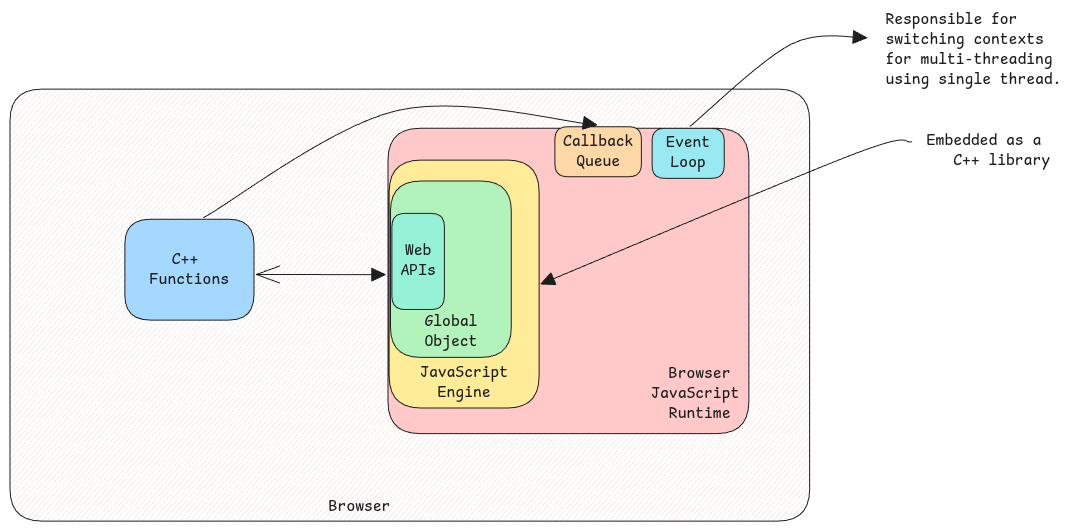
Above: static/img/javascript-runtime.excalidraw.png in swaroopar/inprogress-engineer (Excalidraw), before the change. Source tidied: one line per element, renumbered; positions are measured from the earlier drawing's top-left corner, leaving out a move shared by most shapes.
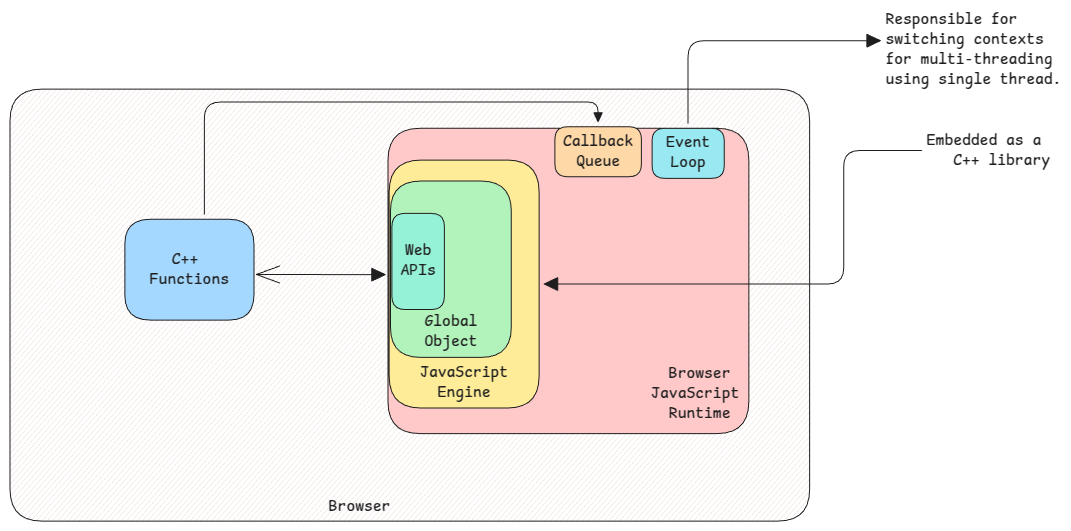
After the change.

Diff of the diagram source:
```diff
@@ -2,7 +2,7 @@
 {"id": 1, "type": "text", "text": "Browser", "strokeColor": "#1e1e1e", "strokeWidth": 1, "roughness": 0, "fontSize": 16, "fontFamily": 8, "x": 319, "y": 487, "width": 62, "height": 20}
 {"id": 2, "type": "rectangle", "strokeColor": "#1e1e1e", "backgroundColor": "#ffc9c9", "fillStyle": "solid", "strokeWidth": 1, "roughness": 0, "round": true, "x": 378, "y": 118, "width": 361, "height": 305}
 {"id": 3, "type": "text", "text": "Embedded as a\n   C++ library", "strokeColor": "#1e1e1e", "backgroundColor": "#ffc9c9", "fillStyle": "solid", "strokeWidth": 1, "roughness": 0, "fontSize": 16, "fontFamily": 8, "x": 917, "y": 121, "width": 123, "height": 40}
-{"id": 4, "type": "arrow", "strokeColor": "#1e1e1e", "backgroundColor": "#ffc9c9", "fillStyle": "solid", "strokeWidth": 1, "roughness": 0, "endArrowhead": "triangle", "round": true, "from": 3, "to": 5, "x": 902, "y": 132, "width": 371, "height": 142, "points": [[0, 0], [-59, 13], [-371, 142]]}
+{"id": 4, "type": "arrow", "strokeColor": "#1e1e1e", "backgroundColor": "#ffc9c9", "fillStyle": "solid", "strokeWidth": 1, "roughness": 0, "endArrowhead": "triangle", "from": 3, "to": 5, "x": 912, "y": 140, "width": 378, "height": 134, "points": [[0, 0], [-78, 0], [-78, 134], [-378, 134]]}
 {"id": 5, "type": "rectangle", "strokeColor": "#1e1e1e", "backgroundColor": "#ffec99", "fillStyle": "solid", "strokeWidth": 1, "roughness": 0, "round": true, "x": 379, "y": 150, "width": 150, "height": 248}
 {"id": 6, "type": "text", "text": "JavaScript\nEngine", "strokeColor": "#1e1e1e", "backgroundColor": "#a5d8ff", "fillStyle": "solid", "strokeWidth": 2, "roughness": 1, "fontSize": 16, "fontFamily": 8, "textAlign": "center", "verticalAlign": "bottom", "inside": 5, "x": 410, "y": 353, "width": 88, "height": 40}
 {"id": 7, "type": "rectangle", "strokeColor": "#1e1e1e", "backgroundColor": "#a5d8ff", "fillStyle": "solid", "strokeWidth": 1, "roughness": 0, "round": true, "x": 115, "y": 209, "width": 129, "height": 101}
@@ -14,9 +14,9 @@
 {"id": 13, "type": "text", "text": "Web\nAPIs", "strokeColor": "#1e1e1e", "strokeWidth": 2, "roughness": 1, "fontSize": 16, "fontFamily": 8, "textAlign": "center", "verticalAlign": "middle", "inside": 12, "x": 391, "y": 231, "width": 35, "height": 40}
 {"id": 14, "type": "rectangle", "strokeColor": "#1e1e1e", "backgroundColor": "#ffd8a8", "fillStyle": "solid", "strokeWidth": 1, "roughness": 0, "round": true, "x": 545, "y": 117, "width": 86, "height": 50}
 {"id": 15, "type": "text", "text": "Callback\nQueue", "strokeColor": "#1e1e1e", "strokeWidth": 2, "roughness": 1, "fontSize": 16, "fontFamily": 8, "textAlign": "center", "verticalAlign": "middle", "inside": 14, "x": 553, "y": 122, "width": 70, "height": 40}
-{"id": 16, "type": "arrow", "strokeColor": "#1e1e1e", "backgroundColor": "#ffd8a8", "fillStyle": "solid", "strokeWidth": 1, "roughness": 0, "endArrowhead": "triangle", "round": true, "from": 7, "to": 14, "x": 193, "y": 208, "width": 393, "height": 107, "points": [[0, 0], [193, -107], [393, -93]]}
+{"id": 16, "type": "arrow", "strokeColor": "#1e1e1e", "backgroundColor": "#ffd8a8", "fillStyle": "solid", "strokeWidth": 1, "roughness": 0, "endArrowhead": "triangle", "from": 7, "to": 14, "x": 194, "y": 204, "width": 394, "height": 112, "points": [[0, 0], [0, -112], [394, -112], [394, -93]]}
 {"id": 17, "type": "rectangle", "strokeColor": "#1e1e1e", "backgroundColor": "#99e9f2", "fillStyle": "solid", "strokeWidth": 1, "roughness": 0, "round": true, "x": 642, "y": 118, "width": 72, "height": 50}
 {"id": 18, "type": "text", "text": "Event\nLoop", "strokeColor": "#1e1e1e", "backgroundColor": "#99e9f2", "fillStyle": "solid", "strokeWidth": 2, "roughness": 1, "fontSize": 16, "fontFamily": 8, "textAlign": "center", "verticalAlign": "middle", "inside": 17, "x": 656, "y": 123, "width": 44, "height": 40}
 {"id": 19, "type": "text", "text": "Responsible for \nswitching contexts \nfor multi-threading \nusing single thread.", "strokeColor": "#1e1e1e", "backgroundColor": "#99e9f2", "fillStyle": "solid", "strokeWidth": 1, "roughness": 0, "fontSize": 16, "fontFamily": 8, "x": 875, "y": 0, "width": 176, "height": 80}
-{"id": 20, "type": "arrow", "strokeColor": "#1e1e1e", "backgroundColor": "#99e9f2", "fillStyle": "solid", "strokeWidth": 1, "roughness": 0, "endArrowhead": "triangle", "round": true, "from": 17, "to": 19, "x": 680, "y": 116, "width": 177, "height": 89, "points": [[0, 0], [101, -82], [177, -89]]}
+{"id": 20, "type": "arrow", "strokeColor": "#1e1e1e", "backgroundColor": "#99e9f2", "fillStyle": "solid", "strokeWidth": 1, "roughness": 0, "endArrowhead": "triangle", "from": 17, "to": 19, "x": 678, "y": 113, "width": 192, "height": 83, "points": [[0, 0], [0, -83], [192, -83]]}
 {"id": 21, "type": "text", "text": "Browser\nJavaScript \nRuntime", "strokeColor": "#1e1e1e", "backgroundColor": "#99e9f2", "fillStyle": "solid", "strokeWidth": 1, "roughness": 0, "fontSize": 16, "fontFamily": 8, "textAlign": "center", "x": 641, "y": 354, "width": 97, "height": 60}
```
